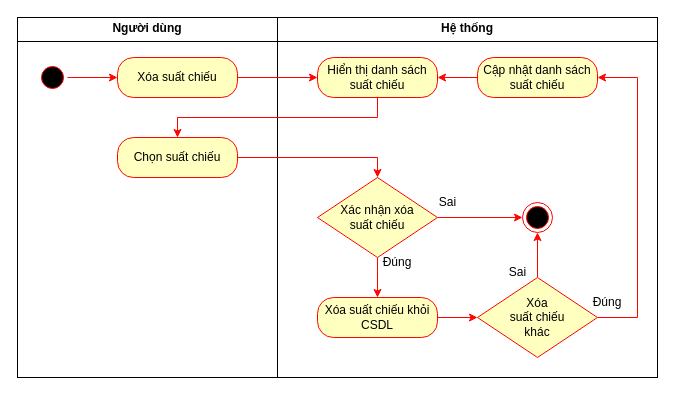
Above: Sơ đồ hoạt động UC xóa suất chiếu.drawio in HaojackYT/DAA_SA (draw.io), before the change. Source tidied: cells renumbered, new cells numbered last; positions are measured from the earlier drawing's top-left corner, leaving out a move shared by most shapes. Both pictures are drawn from the tidied source at 100%, with x=0, y=0 at pixel (17, 17).
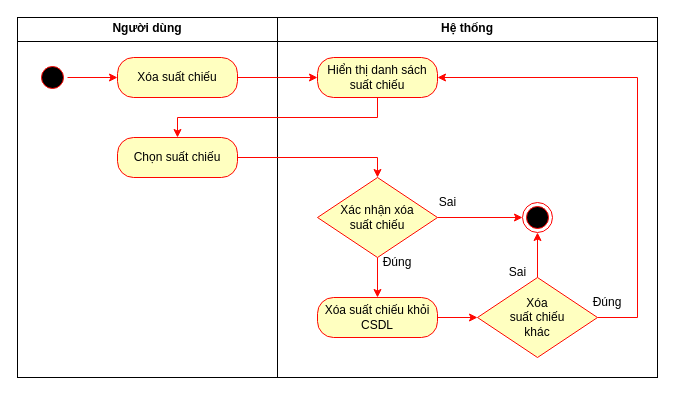
Above is the later version.

Unchanged cells that the change refers to:
```xml
<mxCell id="11" value="Hiển thị danh sách suất chiếu" style="rounded=1;whiteSpace=wrap;html=1;arcSize=40;fontColor=#000000;fillColor=#ffffc0;strokeColor=#ff0000;" parent="1" vertex="1">
  <mxGeometry x="300" y="40" width="120" height="40" as="geometry" />
</mxCell>
<mxCell id="19" value="Xóa&lt;br&gt;suất chiếu&lt;br&gt;khác" style="rhombus;whiteSpace=wrap;html=1;fontColor=#000000;fillColor=#ffffc0;strokeColor=#FF0500;" parent="1" vertex="1">
  <mxGeometry x="460" y="260" width="120" height="80" as="geometry" />
</mxCell>
```

The edit, as a diff of the source:
```diff
@@
-    <mxCell id="18" style="edgeStyle=orthogonalEdgeStyle;rounded=0;jettySize=auto;html=1;entryX=1;entryY=0.5;entryDx=0;entryDy=0;strokeColor=#FF0500;" parent="1" edge="1" source="19" target="26">
+    <mxCell id="18" style="edgeStyle=orthogonalEdgeStyle;rounded=0;jettySize=auto;html=1;entryX=1;entryY=0.5;entryDx=0;entryDy=0;strokeColor=#FF0500;" parent="1" edge="1" source="19" target="11">
       <mxGeometry relative="1" as="geometry">
         <Array as="points">
           <mxPoint x="620" y="300" />
           <mxPoint x="620" y="60" />
         </Array>
       </mxGeometry>
     </mxCell>
@@
-    <mxCell id="25" style="edgeStyle=orthogonalEdgeStyle;rounded=0;jettySize=auto;html=1;strokeColor=#FF0500;" parent="1" edge="1" source="26" target="11">
-      <mxGeometry relative="1" as="geometry" />
-    </mxCell>
-    <mxCell id="26" value="Cập nhật danh sách&lt;br&gt;suất chiếu" style="rounded=1;whiteSpace=wrap;html=1;arcSize=40;fontColor=#000000;fillColor=#ffffc0;strokeColor=#ff0000;" parent="1" vertex="1">
-      <mxGeometry x="460" y="40" width="120" height="40" as="geometry" />
-    </mxCell>
```
